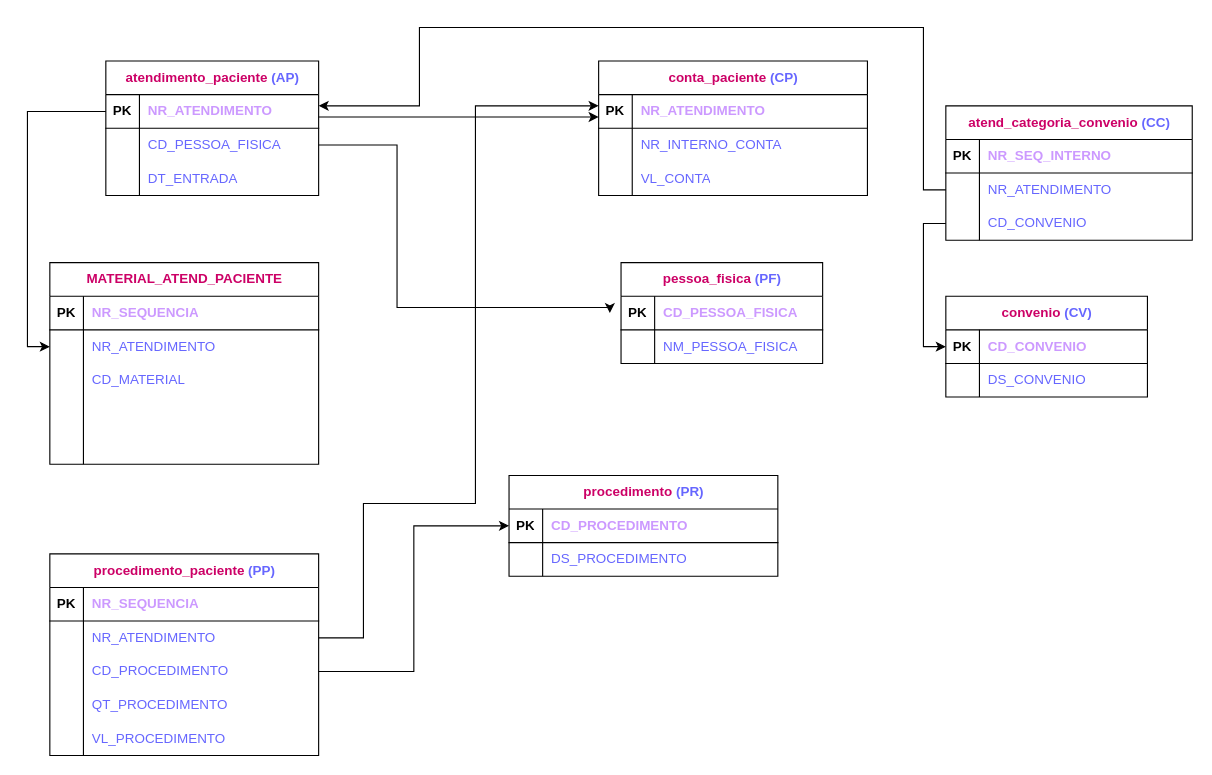
Above: Exercício14.drawio in PatriciaGavloski/diagramas.sql (draw.io), before the change. Source tidied: cells renumbered, new cells numbered last; positions are measured from the earlier drawing's top-left corner, leaving out a move shared by most shapes. Both pictures are drawn from the tidied source at 112%, with x=0, y=0 at pixel (49, 27).
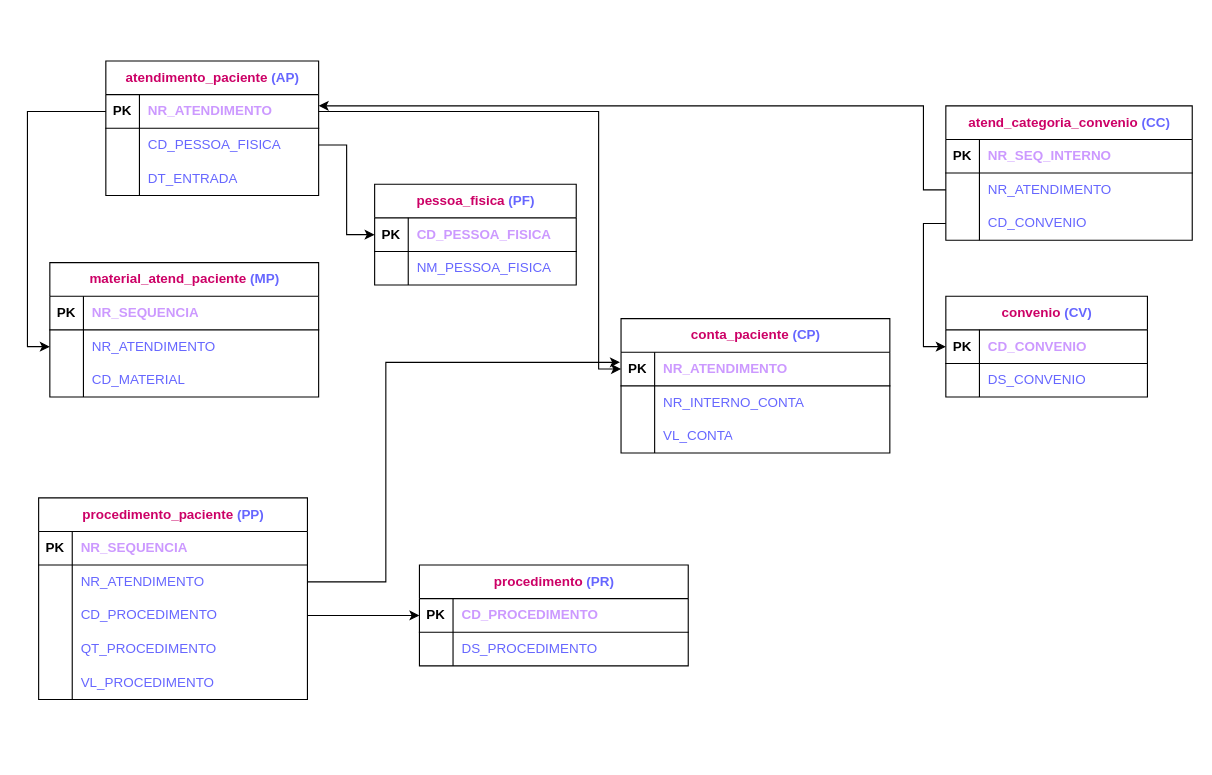
The same page after the edit.

The change refers to these unchanged cells:
```xml
<mxCell id="3" style="shape=tableRow;horizontal=0;startSize=0;swimlaneHead=0;swimlaneBody=0;fillColor=none;points=[[0,0.5],[1,0.5]];portConstraint=eastwest;top=0;left=0;right=0;bottom=1;" parent="2" vertex="1">
  <mxGeometry y="30" width="240" height="30" as="geometry" />
</mxCell>
<mxCell id="13" style="shape=tableRow;horizontal=0;startSize=0;swimlaneHead=0;swimlaneBody=0;fillColor=none;points=[[0,0.5],[1,0.5]];portConstraint=eastwest;top=0;left=0;right=0;bottom=1;" parent="12" vertex="1">
  <mxGeometry y="30" width="190" height="30" as="geometry" />
</mxCell>
<mxCell id="16" style="shape=tableRow;horizontal=0;startSize=0;swimlaneHead=0;swimlaneBody=0;fillColor=none;points=[[0,0.5],[1,0.5]];portConstraint=eastwest;top=0;left=0;right=0;bottom=0;" parent="12" vertex="1">
  <mxGeometry y="60" width="190" height="30" as="geometry" />
</mxCell>
<mxCell id="23" style="shape=tableRow;horizontal=0;startSize=0;swimlaneHead=0;swimlaneBody=0;fillColor=none;points=[[0,0.5],[1,0.5]];portConstraint=eastwest;top=0;left=0;right=0;bottom=1;" parent="22" vertex="1">
  <mxGeometry y="30" width="180" height="30" as="geometry" />
</mxCell>
<mxCell id="33" style="shape=tableRow;horizontal=0;startSize=0;swimlaneHead=0;swimlaneBody=0;fillColor=none;points=[[0,0.5],[1,0.5]];portConstraint=eastwest;top=0;left=0;right=0;bottom=0;" parent="29" vertex="1">
  <mxGeometry y="60" width="220" height="30" as="geometry" />
</mxCell>
<mxCell id="61" style="shape=tableRow;horizontal=0;startSize=0;swimlaneHead=0;swimlaneBody=0;fillColor=none;points=[[0,0.5],[1,0.5]];portConstraint=eastwest;top=0;left=0;right=0;bottom=0;" parent="57" vertex="1">
  <mxGeometry y="60" width="240" height="30" as="geometry" />
</mxCell>
```

Diff of the diagram source:
```diff
@@
     <mxCell id="2" value="&lt;font color=&quot;#cc0066&quot;&gt;conta_paciente&lt;/font&gt;&lt;font color=&quot;#000099&quot;&gt; &lt;/font&gt;&lt;font color=&quot;#6666ff&quot;&gt;(CP)&lt;/font&gt;" style="shape=table;startSize=30;childLayout=tableLayout;rowLines=0;fontStyle=1;align=center;html=1;" parent="1" vertex="1">
-      <mxGeometry x="490" y="30" width="240" height="120" as="geometry" />
+      <mxGeometry x="510" y="260" width="240" height="120" as="geometry" />
     </mxCell>
@@
     <mxCell id="22" value="&lt;font color=&quot;#cc0066&quot;&gt;pessoa_fisica &lt;/font&gt;&lt;font color=&quot;#6666ff&quot;&gt;(PF)&lt;/font&gt;" style="shape=table;startSize=30;childLayout=tableLayout;rowLines=0;fontStyle=1;align=center;html=1;" parent="1" vertex="1">
-      <mxGeometry x="510" y="210" width="180" height="90" as="geometry" />
+      <mxGeometry x="290" y="140" width="180" height="90" as="geometry" />
     </mxCell>
@@
-    <mxCell id="39" style="edgeStyle=orthogonalEdgeStyle;rounded=0;jettySize=auto;html=1;entryX=0;entryY=0.5;entryDx=0;entryDy=0;exitX=1;exitY=0.5;exitDx=0;exitDy=0;" parent="1" edge="1" source="16">
-      <mxGeometry relative="1" as="geometry">
-        <mxPoint x="500" y="255" as="targetPoint" />
-        <Array as="points">
-          <mxPoint x="310" y="105" />
-          <mxPoint x="310" y="250" />
-          <mxPoint x="500" y="250" />
-        </Array>
-      </mxGeometry>
-    </mxCell>
@@
-    <mxCell id="48" style="edgeStyle=orthogonalEdgeStyle;rounded=0;orthogonalLoop=1;jettySize=auto;html=1;exitX=1;exitY=0.5;exitDx=0;exitDy=0;entryX=0;entryY=0.5;entryDx=0;entryDy=0;" parent="1" edge="1">
-      <mxGeometry relative="1" as="geometry">
-        <mxPoint x="240" y="80" as="sourcePoint" />
-        <mxPoint x="490" y="80" as="targetPoint" />
-      </mxGeometry>
-    </mxCell>
     <mxCell id="49" style="edgeStyle=orthogonalEdgeStyle;rounded=0;jettySize=auto;html=1;exitX=0;exitY=0.5;exitDx=0;exitDy=0;" parent="1" edge="1" source="33" target="13">
       <mxGeometry relative="1" as="geometry">
         <Array as="points">
           <mxPoint x="780" y="145" />
-          <mxPoint x="780" />
-          <mxPoint x="330" />
-          <mxPoint x="330" y="70" />
+          <mxPoint x="780" y="70" />
         </Array>
       </mxGeometry>
     </mxCell>
     <mxCell id="50" value="&lt;font color=&quot;#cc0066&quot;&gt;procedimento &lt;/font&gt;&lt;font color=&quot;#6666ff&quot;&gt;(PR)&lt;/font&gt;" style="shape=table;startSize=30;childLayout=tableLayout;rowLines=0;fontStyle=1;align=center;html=1;" parent="1" vertex="1">
-      <mxGeometry x="410" y="400" width="240" height="90" as="geometry" />
+      <mxGeometry x="330" y="480" width="240" height="90" as="geometry" />
     </mxCell>
@@
     <mxCell id="57" value="&lt;font color=&quot;#cc0066&quot;&gt;procedimento_paciente &lt;/font&gt;&lt;font color=&quot;#6666ff&quot;&gt;(PP)&lt;/font&gt;" style="shape=table;startSize=30;childLayout=tableLayout;rowLines=0;fontStyle=1;align=center;html=1;" parent="1" vertex="1">
-      <mxGeometry y="470" width="240" height="180" as="geometry" />
+      <mxGeometry x="-10" y="420" width="240" height="180" as="geometry" />
     </mxCell>
@@
-    <mxCell id="74" style="edgeStyle=orthogonalEdgeStyle;rounded=0;jettySize=auto;html=1;exitX=1;exitY=0.5;exitDx=0;exitDy=0;" parent="1" edge="1" source="61" target="3">
-      <mxGeometry relative="1" as="geometry">
-        <Array as="points">
-          <mxPoint x="280" y="545" />
-          <mxPoint x="280" y="425" />
-          <mxPoint x="380" y="425" />
-          <mxPoint x="380" y="70" />
-        </Array>
-      </mxGeometry>
-    </mxCell>
-    <mxCell id="75" value="&lt;font color=&quot;#cc0066&quot;&gt;MATERIAL_ATEND_PACIENTE&lt;/font&gt;" style="shape=table;startSize=30;childLayout=tableLayout;rowLines=0;fontStyle=1;align=center;html=1;" parent="1" vertex="1">
-      <mxGeometry y="210" width="240" height="180" as="geometry" />
+    <mxCell id="75" value="&lt;font color=&quot;#cc0066&quot;&gt;material_atend_paciente&lt;/font&gt;&lt;font color=&quot;#6666ff&quot;&gt; (MP)&lt;/font&gt;" style="shape=table;startSize=30;childLayout=tableLayout;rowLines=0;fontStyle=1;align=center;html=1;" parent="1" vertex="1">
+      <mxGeometry y="210" width="240" height="120" as="geometry" />
     </mxCell>
@@
-    <mxCell id="85" style="shape=tableRow;horizontal=0;startSize=0;swimlaneHead=0;swimlaneBody=0;fillColor=none;top=0;left=0;right=0;bottom=0;" parent="75" vertex="1">
-      <mxGeometry y="120" width="240" height="30" as="geometry" />
-    </mxCell>
-    <mxCell id="86" style="shape=partialRectangle;fillColor=none;top=0;left=0;bottom=0;right=0;overflow=hidden;whiteSpace=wrap;html=1;" parent="85" vertex="1">
-      <mxGeometry width="30" height="30" as="geometry" />
-    </mxCell>
-    <mxCell id="87" style="shape=partialRectangle;fillColor=none;top=0;left=0;bottom=0;right=0;align=left;spacingLeft=6;overflow=hidden;whiteSpace=wrap;html=1;fontColor=#000099;" parent="85" vertex="1">
-      <mxGeometry x="30" width="210" height="30" as="geometry" />
-    </mxCell>
-    <mxCell id="88" style="shape=tableRow;horizontal=0;startSize=0;swimlaneHead=0;swimlaneBody=0;fillColor=none;top=0;left=0;right=0;bottom=0;" parent="75" vertex="1">
-      <mxGeometry y="150" width="240" height="30" as="geometry" />
-    </mxCell>
-    <mxCell id="89" style="shape=partialRectangle;fillColor=none;top=0;left=0;bottom=0;right=0;overflow=hidden;whiteSpace=wrap;html=1;" parent="88" vertex="1">
-      <mxGeometry width="30" height="30" as="geometry" />
-    </mxCell>
-    <mxCell id="90" style="shape=partialRectangle;fillColor=none;top=0;left=0;bottom=0;right=0;align=left;spacingLeft=6;overflow=hidden;whiteSpace=wrap;html=1;fontColor=#000099;" parent="88" vertex="1">
-      <mxGeometry x="30" width="210" height="30" as="geometry" />
-    </mxCell>
@@
+    <mxCell id="92" style="edgeStyle=orthogonalEdgeStyle;rounded=0;jettySize=auto;html=1;exitX=1;exitY=0.5;exitDx=0;exitDy=0;entryX=0;entryY=0.5;entryDx=0;entryDy=0;" parent="1" edge="1" source="16" target="23">
+      <mxGeometry relative="1" as="geometry" />
+    </mxCell>
+    <mxCell id="93" style="edgeStyle=orthogonalEdgeStyle;rounded=0;jettySize=auto;html=1;exitX=1;exitY=0.5;exitDx=0;exitDy=0;entryX=0;entryY=0.5;entryDx=0;entryDy=0;" parent="1" edge="1" source="13" target="3">
+      <mxGeometry relative="1" as="geometry">
+        <Array as="points">
+          <mxPoint x="490" y="75" />
+          <mxPoint x="490" y="305" />
+        </Array>
+      </mxGeometry>
+    </mxCell>
+    <mxCell id="74" style="edgeStyle=orthogonalEdgeStyle;rounded=0;jettySize=auto;html=1;exitX=1;exitY=0.5;exitDx=0;exitDy=0;entryX=-0.004;entryY=0.3;entryDx=0;entryDy=0;entryPerimeter=0;" parent="1" edge="1" source="61" target="3">
+      <mxGeometry relative="1" as="geometry">
+        <Array as="points">
+          <mxPoint x="300" y="495" />
+          <mxPoint x="300" y="299" />
+        </Array>
+      </mxGeometry>
+    </mxCell>
```
